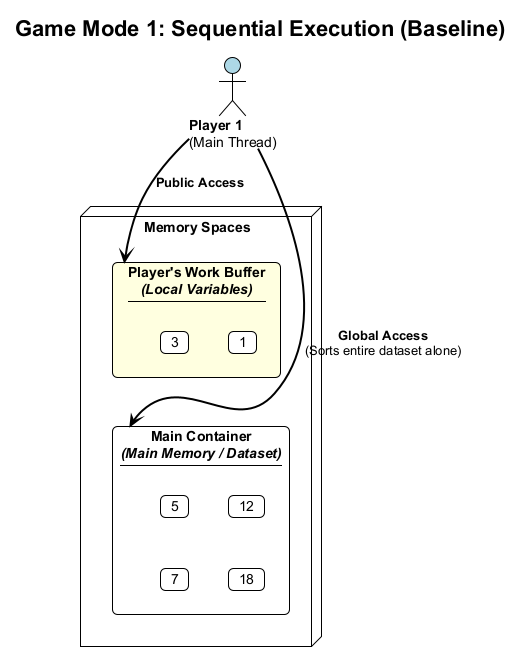
Earlier version of the PlantUML export figures/diagrams/sequential-mode.png (Siponek/HPC-thesis). Its diagram source:
```plantuml
@startuml sequential-mode
!theme plain
skinparam backgroundColor white
skinparam defaultFontName Arial
skinparam nodesep 40
skinparam ranksep 50
skinparam roundcorner 10
skinparam ArrowThickness 2

title Game Mode 1: Sequential Execution (Baseline)

actor "<b>Player 1</b>\n(Main Thread)" as P1 #LightBlue

node "Memory Spaces" as MEM_SPACE #transparent {
    rectangle "<b>Player's Work Buffer</b>\n<i>(Local Variables)</i>\n----" as PRIV_BUF #LightYellow {
        card "1" as b1
        card "3" as b2
    }

    rectangle "<b>Main Container</b>\n<i>(Main Memory / Dataset)</i>\n----" as SHARED_CONT #White {
        card "5" as c1
        card "12" as c2
        card "7" as c3
        card "18" as c4
    }
}

P1 -down-> PRIV_BUF : <b>Public Access</b>
P1 -down-> SHARED_CONT : <b>Global Access</b>\n(Sorts entire dataset alone)


PRIV_BUF -[hidden]down- SHARED_CONT
@enduml
```
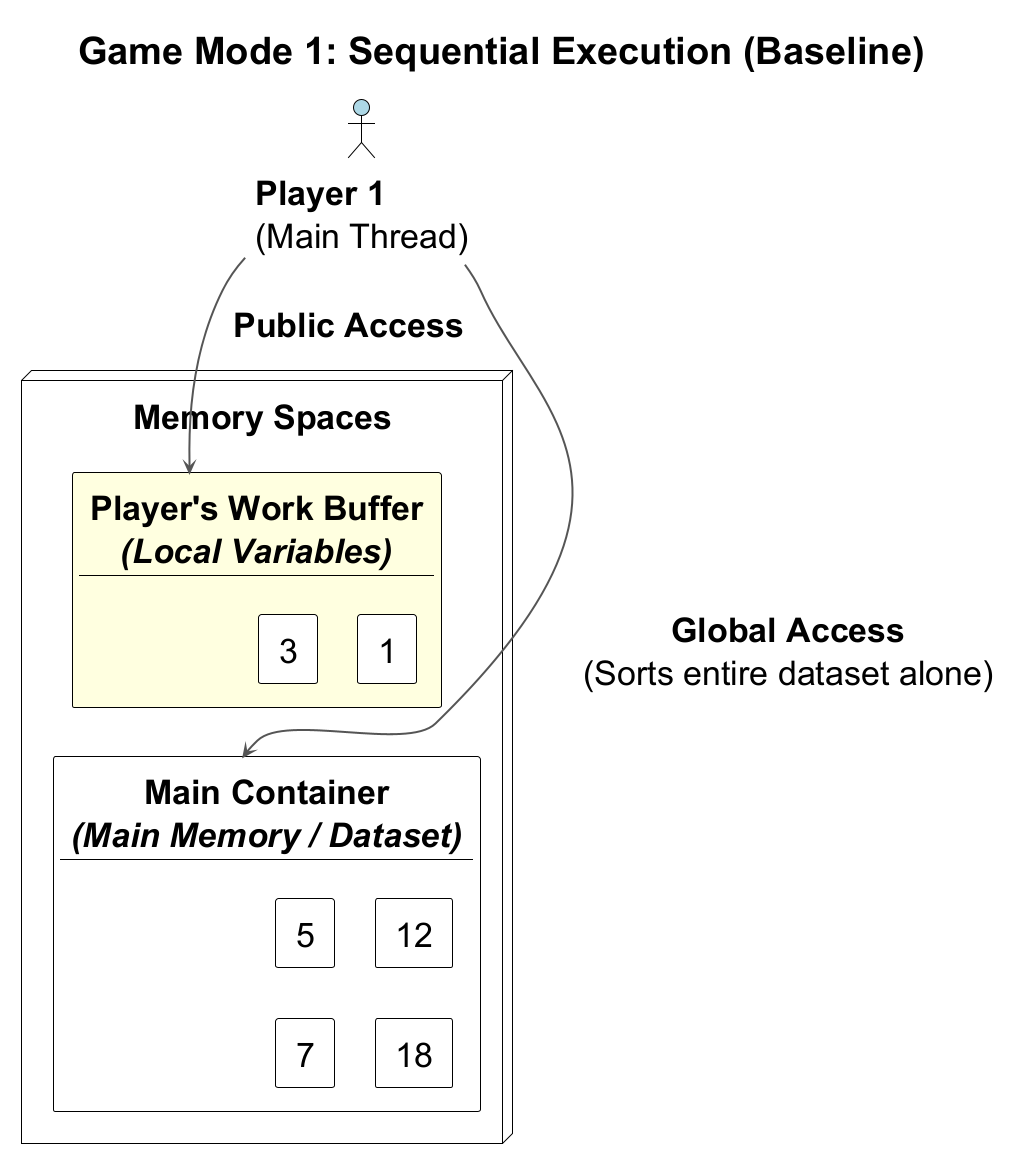
The same diagram one commit later.

What changed in the source:
```diff
@@ -1,11 +1,8 @@
 @startuml sequential-mode
 !theme plain
-skinparam backgroundColor white
-skinparam defaultFontName Arial
+!include ../shared/theme.puml
 skinparam nodesep 40
 skinparam ranksep 50
-skinparam roundcorner 10
-skinparam ArrowThickness 2
 
 title Game Mode 1: Sequential Execution (Baseline)
 
@@ -28,6 +25,5 @@
 P1 -down-> PRIV_BUF : <b>Public Access</b>
 P1 -down-> SHARED_CONT : <b>Global Access</b>\n(Sorts entire dataset alone)
 
-
 PRIV_BUF -[hidden]down- SHARED_CONT
 @enduml
```
